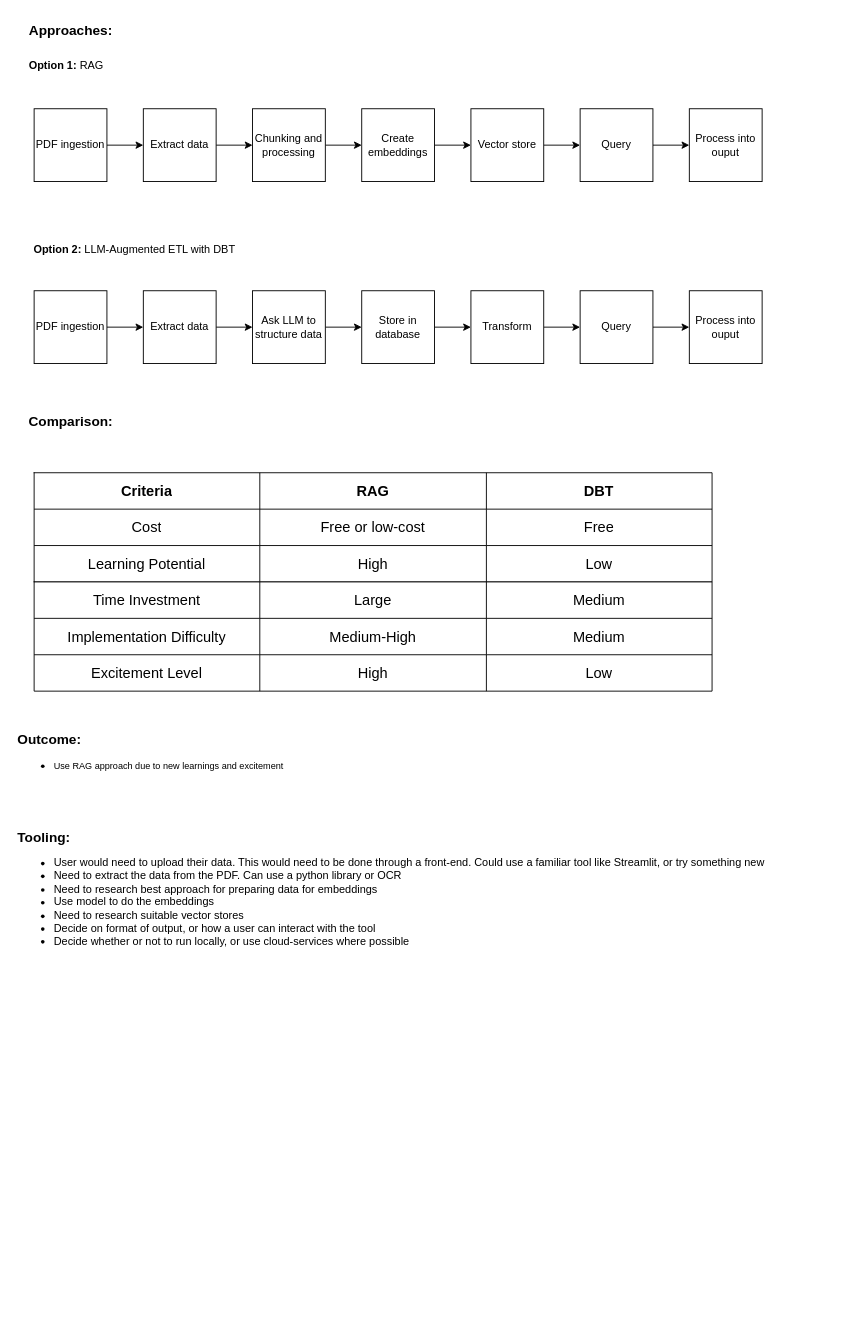
Above: cautious-potato.drawio in JasonlSmith14/cautious-potato (draw.io), before the change. Source tidied: cells renumbered, new cells numbered last; positions are measured from the earlier drawing's top-left corner, leaving out a move shared by most shapes. Both pictures are drawn from the tidied source at 91%, with x=0, y=0 at pixel (15, 15).
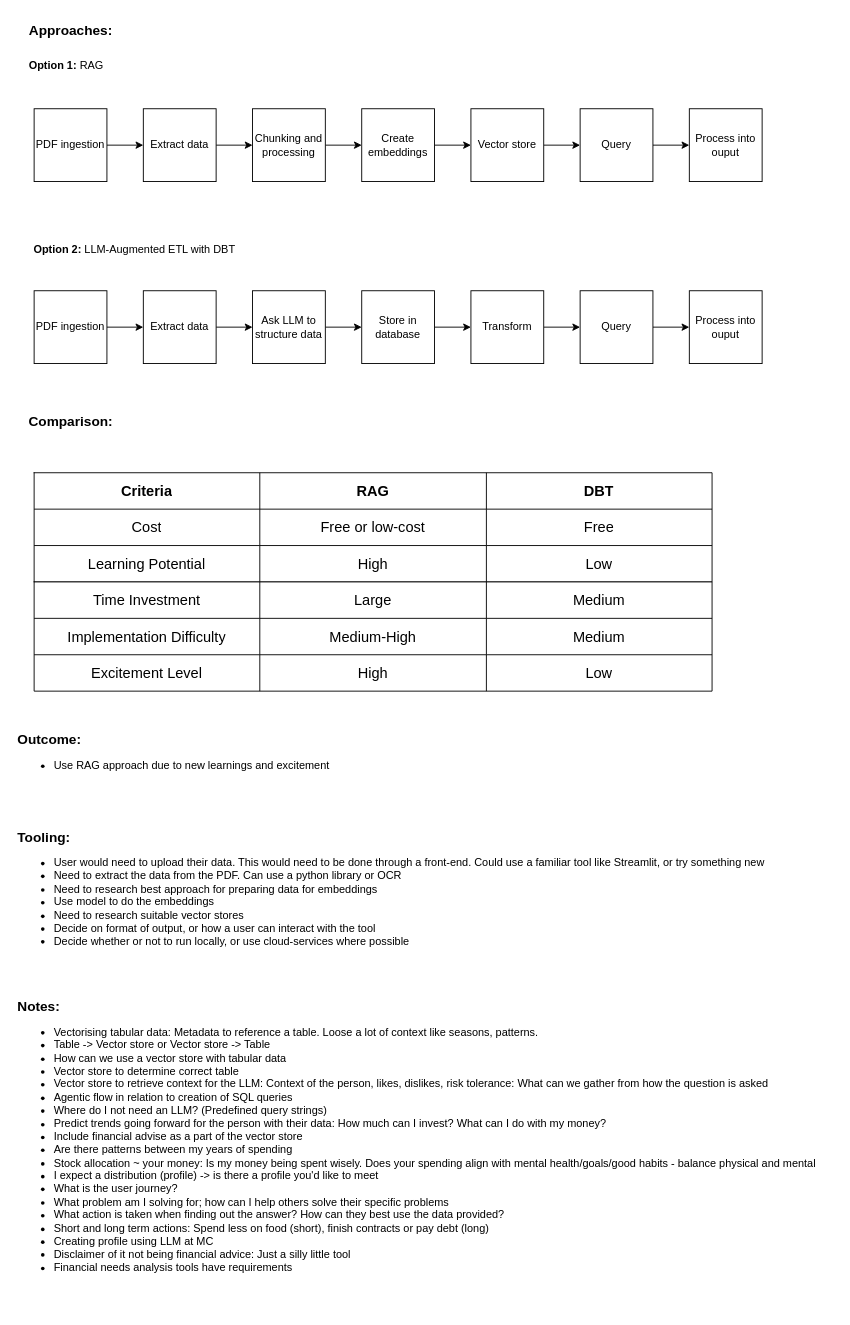
The same diagram, later.

The edit, as a diff of the source:
```diff
@@
-    <mxCell id="58" value="&lt;div align=&quot;left&quot;&gt;&lt;b&gt;&lt;font style=&quot;font-size: 15px;&quot;&gt;Outcome: &lt;/font&gt;&lt;br&gt;&lt;/b&gt;&lt;/div&gt;&lt;div align=&quot;left&quot;&gt;&lt;ul&gt;&lt;li&gt;&lt;font size=&quot;1&quot;&gt;Use RAG approach due to new learnings and excitement&lt;/font&gt;&lt;/li&gt;&lt;/ul&gt;&lt;/div&gt;" style="text;html=1;align=left;verticalAlign=middle;strokeColor=none;fillColor=none;" parent="1" vertex="1">
-      <mxGeometry y="780" width="310" height="70" as="geometry" />
+    <mxCell id="58" value="&lt;div align=&quot;left&quot;&gt;&lt;b&gt;&lt;font style=&quot;font-size: 15px;&quot;&gt;Outcome: &lt;/font&gt;&lt;br&gt;&lt;/b&gt;&lt;/div&gt;&lt;div align=&quot;left&quot;&gt;&lt;ul&gt;&lt;li&gt;&lt;font&gt;Use RAG approach due to new learnings and excitement&lt;/font&gt;&lt;/li&gt;&lt;/ul&gt;&lt;/div&gt;" style="text;html=1;align=left;verticalAlign=middle;strokeColor=none;fillColor=none;" parent="1" vertex="1">
+      <mxGeometry y="780" width="360" height="70" as="geometry" />
     </mxCell>
@@
+    <mxCell id="60" value="&lt;div align=&quot;left&quot;&gt;&lt;font style=&quot;font-size: 15px;&quot;&gt;&lt;b&gt;Notes:&lt;/b&gt;&lt;/font&gt;&lt;br&gt;&lt;ul&gt;&lt;li&gt;Vectorising tabular data: Metadata to reference a table. Loose a lot of context like seasons, patterns.&lt;/li&gt;&lt;li&gt;Table -&amp;gt; Vector store or Vector store -&amp;gt; Table&lt;/li&gt;&lt;li&gt;How can we use a vector store with tabular data&lt;/li&gt;&lt;li&gt;Vector store to determine correct table &lt;br&gt;&lt;/li&gt;&lt;li&gt;Vector store to retrieve context for the LLM: Context of the person, likes, dislikes, risk tolerance: What can we gather from how the question is asked&lt;/li&gt;&lt;li&gt;Agentic flow in relation to creation of SQL queries&lt;/li&gt;&lt;li&gt;Where do I not need an LLM? (Predefined query strings)&lt;/li&gt;&lt;li&gt;Predict trends going forward for the person with their data: How much can I invest? What can I do with my money?&lt;/li&gt;&lt;li&gt;Include financial advise as a part of the vector store&lt;/li&gt;&lt;li&gt;Are there patterns between my years of spending&lt;/li&gt;&lt;li&gt;Stock allocation ~ your money: Is my money being spent wisely. Does your spending align with mental health/goals/good habits - balance physical and mental&lt;/li&gt;&lt;li&gt;I expect a distribution (profile) -&amp;gt; is there a profile you'd like to meet&lt;/li&gt;&lt;li&gt;What is the user journey?&lt;/li&gt;&lt;li&gt;What problem am I solving for; how can I help others solve their specific problems&lt;/li&gt;&lt;li&gt;What action is taken when finding out the answer? How can they best use the data provided?&lt;/li&gt;&lt;li&gt;Short and long term actions: Spend less on food (short), finish contracts or pay debt (long)&lt;/li&gt;&lt;li&gt;Creating profile using LLM at MC&lt;/li&gt;&lt;li&gt;Disclaimer of it not being financial advice: Just a silly little tool&lt;/li&gt;&lt;li&gt;Financial needs analysis tools have requirements&lt;/li&gt;&lt;/ul&gt;&lt;/div&gt;" style="text;html=1;align=left;verticalAlign=middle;strokeColor=none;fillColor=none;" parent="1" vertex="1">
+      <mxGeometry y="1052" width="900" height="370" as="geometry" />
+    </mxCell>
```
